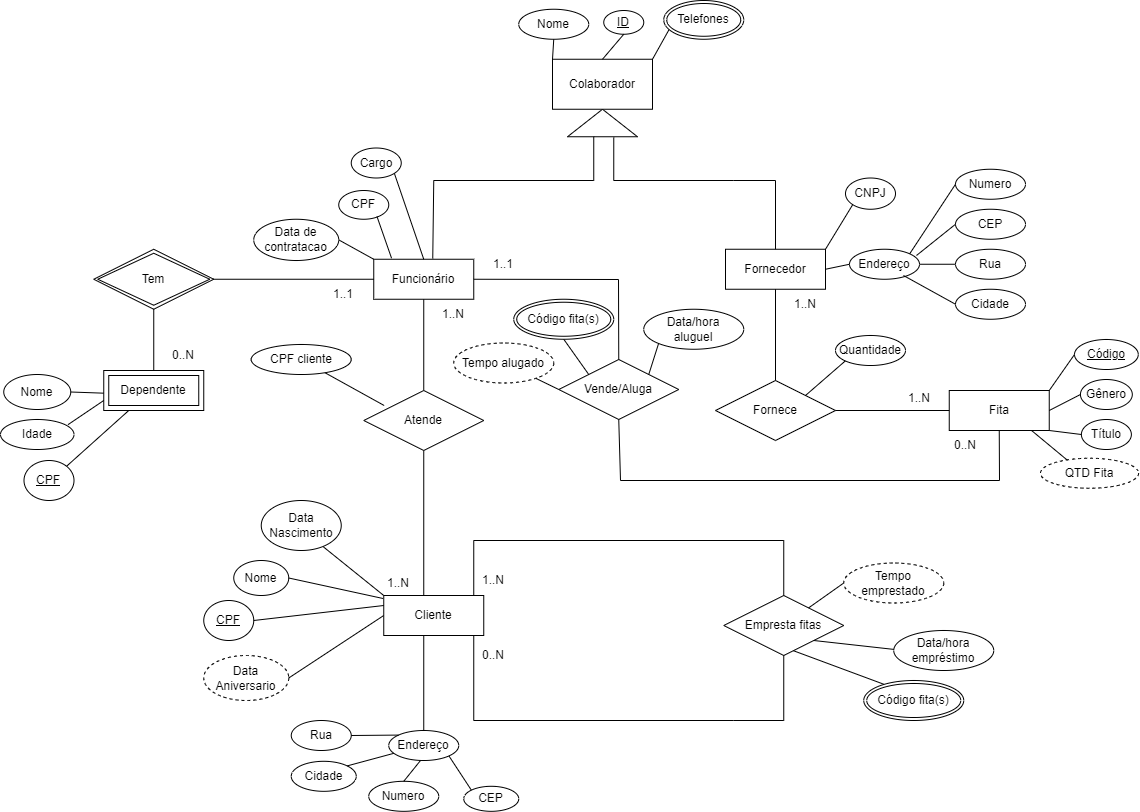
Before: Database Diagram.drawio.png, a diagram exported from draw.io (ivanalves-t/DataBaseMER). Source tidied: cells renumbered, new cells last; positions are measured from the earlier drawing's top-left corner, leaving out a move shared by most shapes.
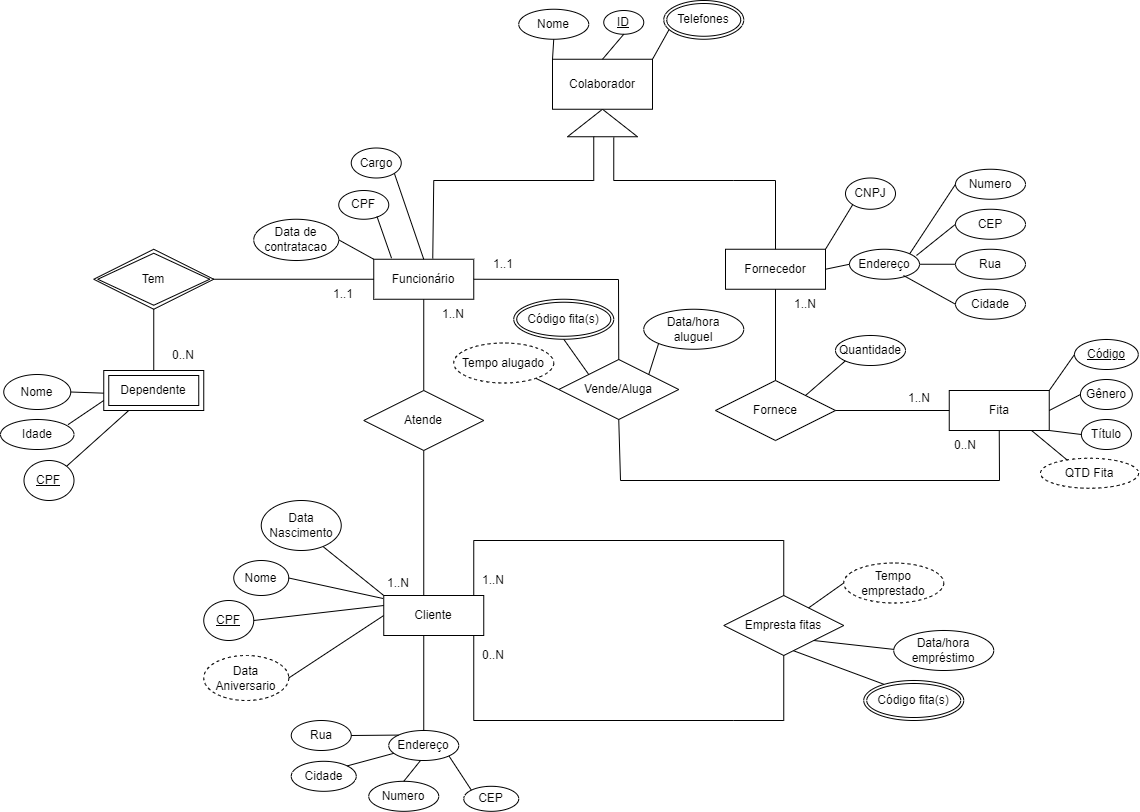
After the commit.

What changed in the source:
```diff
@@ -295,12 +295,6 @@
     <mxCell id="86" style="endArrow=none;html=1;rounded=0;exitX=0;exitY=0;exitDx=0;exitDy=0;entryX=0.5;entryY=1;entryDx=0;entryDy=0;" parent="1" edge="1" source="56" target="90">
       <mxGeometry relative="1" as="geometry" />
     </mxCell>
-    <mxCell id="87" style="endArrow=none;html=1;rounded=0;exitX=0.17;exitY=0.25;exitDx=0;exitDy=0;exitPerimeter=0;" parent="1" edge="1" source="68" target="88">
-      <mxGeometry relative="1" as="geometry" />
-    </mxCell>
-    <mxCell id="88" value="CPF cliente" style="ellipse;whiteSpace=wrap;html=1;align=center;" parent="1" vertex="1">
-      <mxGeometry x="250.8" y="344" width="100" height="30" as="geometry" />
-    </mxCell>
     <mxCell id="89" style="endArrow=none;html=1;rounded=0;exitX=0.583;exitY=0.922;exitDx=0;exitDy=0;exitPerimeter=0;entryX=0.201;entryY=0.094;entryDx=0;entryDy=0;entryPerimeter=0;" parent="1" edge="1" source="59" target="91">
       <mxGeometry relative="1" as="geometry" />
     </mxCell>
```
